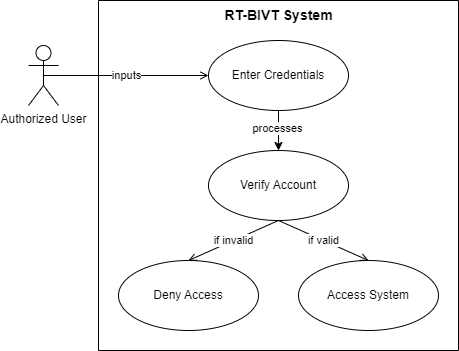
Above: Project Real-Time Bus ID Verification and Tracking/DOCUMENTATION/UseCaseDiagrams/SignIn.drawio.png in Abubakar-doc/FYP-24-SE-A-204 (draw.io), before the change. Source tidied: cells renumbered, new cells last; positions are measured from the earlier drawing's top-left corner, leaving out a move shared by most shapes.
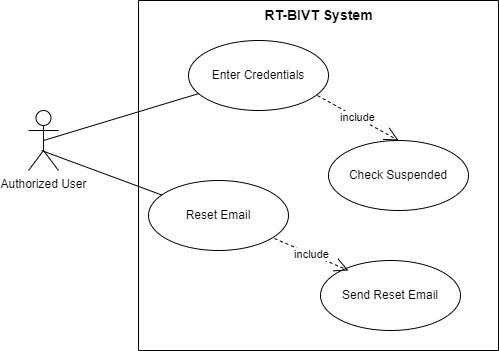
Above is the later version.

Change to the diagram source:
```diff
@@ -5,38 +5,37 @@
     <mxCell id="2" style="swimlane;startSize=0;" parent="1" vertex="1">
       <mxGeometry x="70" width="360" height="350" as="geometry" />
     </mxCell>
-    <mxCell id="3" value="Deny Access" style="ellipse;whiteSpace=wrap;html=1;fillColor=none;" parent="2" vertex="1">
-      <mxGeometry x="20" y="260" width="140" height="70" as="geometry" />
+    <mxCell id="3" value="Reset Email" style="ellipse;whiteSpace=wrap;html=1;fillColor=none;" parent="2" vertex="1">
+      <mxGeometry x="10" y="180" width="140" height="70" as="geometry" />
     </mxCell>
-    <mxCell id="4" style="edgeStyle=orthogonalEdgeStyle;rounded=0;jettySize=auto;html=1;exitX=0.5;exitY=1;exitDx=0;exitDy=0;" parent="2" edge="1" source="6" target="7">
-      <mxGeometry relative="1" as="geometry" />
-    </mxCell>
-    <mxCell id="5" value="processes" style="edgeLabel;html=1;align=center;verticalAlign=middle;" parent="4" vertex="1">
-      <mxGeometry x="-0.15" y="-2" relative="1" as="geometry" />
-    </mxCell>
     <mxCell id="6" value="Enter Credentials" style="ellipse;whiteSpace=wrap;html=1;fillColor=none;" parent="2" vertex="1">
-      <mxGeometry x="110" y="40" width="140" height="70" as="geometry" />
+      <mxGeometry x="50" y="40" width="140" height="70" as="geometry" />
     </mxCell>
-    <mxCell id="7" value="Verify A&lt;span style=&quot;background-color: initial;&quot;&gt;ccount&lt;/span&gt;" style="ellipse;whiteSpace=wrap;html=1;fillColor=none;" parent="2" vertex="1">
-      <mxGeometry x="110" y="150" width="140" height="70" as="geometry" />
+    <mxCell id="7" value="Check Suspended" style="ellipse;whiteSpace=wrap;html=1;fillColor=none;" parent="2" vertex="1">
+      <mxGeometry x="190" y="140" width="140" height="70" as="geometry" />
     </mxCell>
-    <mxCell id="8" value="Access System" style="ellipse;whiteSpace=wrap;html=1;fillColor=none;" parent="2" vertex="1">
-      <mxGeometry x="200" y="260" width="140" height="70" as="geometry" />
+    <mxCell id="8" value="Send Reset Email" style="ellipse;whiteSpace=wrap;html=1;fillColor=none;" parent="2" vertex="1">
+      <mxGeometry x="182" y="260" width="140" height="70" as="geometry" />
     </mxCell>
     <mxCell id="9" value="RT-BIVT System" style="text;html=1;align=center;verticalAlign=middle;strokeColor=none;fillColor=none;fontSize=14;fontStyle=1;" parent="2" vertex="1">
       <mxGeometry x="115" width="130" height="30" as="geometry" />
     </mxCell>
-    <mxCell id="10" value="if invalid" style="endArrow=open;html=1;rounded=0;exitX=0.5;exitY=1;exitDx=0;exitDy=0;entryX=0.5;entryY=0;entryDx=0;entryDy=0;" parent="2" edge="1" source="7" target="3">
-      <mxGeometry relative="1" as="geometry" />
-    </mxCell>
-    <mxCell id="11" value="if valid" style="endArrow=open;html=1;rounded=0;exitX=0.5;exitY=1;exitDx=0;exitDy=0;entryX=0.5;entryY=0;entryDx=0;entryDy=0;" parent="2" edge="1" source="7" target="8">
-      <mxGeometry relative="1" as="geometry" />
-    </mxCell>
+    <mxCell id="4" value="include" style="endArrow=open;endSize=12;dashed=1;html=1;rounded=0;exitX=0.921;exitY=0.786;exitDx=0;exitDy=0;exitPerimeter=0;entryX=0.5;entryY=0;entryDx=0;entryDy=0;" parent="2" edge="1" source="6" target="7">
+      <mxGeometry relative="1" as="geometry" />
+    </mxCell>
     <mxCell id="12" value="Authorized User" style="shape=umlActor;verticalLabelPosition=bottom;verticalAlign=top;html=1;fillColor=default;" parent="1" vertex="1">
-      <mxGeometry y="45" width="30" height="60" as="geometry" />
+      <mxGeometry x="-40" y="110" width="30" height="60" as="geometry" />
     </mxCell>
-    <mxCell id="13" value="inputs" style="endArrow=open;html=1;rounded=0;exitX=0.5;exitY=0.5;exitDx=0;exitDy=0;entryX=0;entryY=0.5;entryDx=0;entryDy=0;exitPerimeter=0;" parent="1" edge="1" source="12" target="6">
+    <mxCell id="13" style="endArrow=none;html=1;rounded=0;exitX=0.5;exitY=0.5;exitDx=0;exitDy=0;exitPerimeter=0;" parent="1" edge="1" source="12" target="6">
       <mxGeometry relative="1" as="geometry" />
     </mxCell>
+    <mxCell id="14" style="endArrow=none;html=1;rounded=0;exitX=0.433;exitY=0.667;exitDx=0;exitDy=0;exitPerimeter=0;" parent="1" edge="1" source="12" target="3">
+      <mxGeometry relative="1" as="geometry" />
+    </mxCell>
+    <mxCell id="15" value="include" style="endArrow=open;endSize=12;dashed=1;html=1;rounded=0;exitX=0.9;exitY=0.829;exitDx=0;exitDy=0;exitPerimeter=0;" parent="1" edge="1" source="3">
+      <mxGeometry relative="1" as="geometry">
+        <mxPoint x="280" y="270" as="targetPoint" />
+      </mxGeometry>
+    </mxCell>
   </root>
 </mxGraphModel>
```
